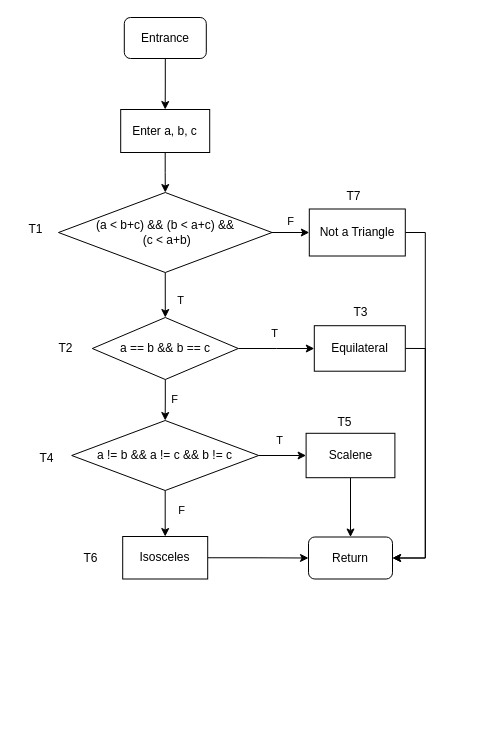
Above: page "语句及条件覆盖" (1 of 3) of data/software-testing.drawio in DjyBrandon/software-testing-experiment (draw.io), before the change. Source tidied: cells renumbered, new cells numbered last; positions are measured from the earlier drawing's top-left corner, leaving out a move shared by most shapes. Both pictures are drawn from the tidied source at 100%, with x=0, y=0 at pixel (19, 17).
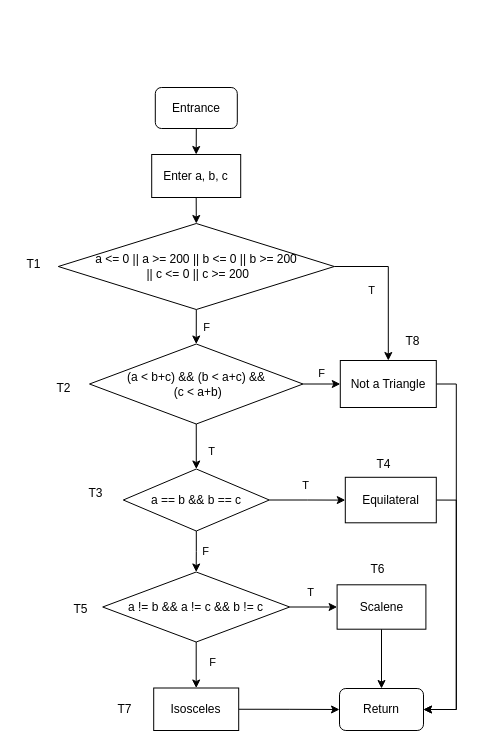
The same diagram, later.

Change to the diagram source:
```diff
@@
     <mxCell id="3" value="Entrance" style="rounded=1;whiteSpace=wrap;html=1;" parent="1" vertex="1">
-      <mxGeometry x="104.8" width="82" height="41" as="geometry" />
+      <mxGeometry x="135.8" y="70" width="82" height="41" as="geometry" />
     </mxCell>
-    <mxCell id="4" style="edgeStyle=orthogonalEdgeStyle;rounded=0;jettySize=auto;html=1;exitX=0.5;exitY=1;exitDx=0;exitDy=0;" parent="1" edge="1" source="5" target="8">
-      <mxGeometry relative="1" as="geometry" />
-    </mxCell>
+    <mxCell id="31" style="edgeStyle=orthogonalEdgeStyle;rounded=0;jettySize=auto;html=1;exitX=0.5;exitY=1;exitDx=0;exitDy=0;entryX=0.5;entryY=0;entryDx=0;entryDy=0;" parent="1" edge="1" source="5" target="34">
+      <mxGeometry relative="1" as="geometry" />
+    </mxCell>
     <mxCell id="5" value="Enter a, b, c" style="rounded=0;whiteSpace=wrap;html=1;" parent="1" vertex="1">
-      <mxGeometry x="101.2" y="92" width="89" height="43" as="geometry" />
+      <mxGeometry x="132.2" y="137" width="89" height="43" as="geometry" />
     </mxCell>
@@
     <mxCell id="8" value="(a &amp;lt; b+c) &amp;amp;&amp;amp; (b &amp;lt; a+c) &amp;amp;&amp;amp;&lt;br&gt;&amp;nbsp;(c &amp;lt; a+b)" style="rhombus;whiteSpace=wrap;html=1;" parent="1" vertex="1">
-      <mxGeometry x="39" y="175" width="213.5" height="80" as="geometry" />
+      <mxGeometry x="70" y="326.5" width="213.5" height="80" as="geometry" />
     </mxCell>
@@
     <mxCell id="10" value="Not a Triangle" style="rounded=0;whiteSpace=wrap;html=1;" parent="1" vertex="1">
-      <mxGeometry x="289.8" y="191.5" width="96" height="47" as="geometry" />
+      <mxGeometry x="320.8" y="343" width="96" height="47" as="geometry" />
     </mxCell>
@@
     <mxCell id="13" value="a == b &amp;amp;&amp;amp; b == c" style="rhombus;whiteSpace=wrap;html=1;" parent="1" vertex="1">
-      <mxGeometry x="72.8" y="300" width="146" height="62" as="geometry" />
+      <mxGeometry x="103.8" y="451.5" width="146" height="62" as="geometry" />
     </mxCell>
@@
     <mxCell id="16" value="a != b &amp;amp;&amp;amp; a != c &amp;amp;&amp;amp; b != c" style="rhombus;whiteSpace=wrap;html=1;" parent="1" vertex="1">
-      <mxGeometry x="52.2" y="403" width="187" height="70" as="geometry" />
+      <mxGeometry x="83.2" y="554.5" width="187" height="70" as="geometry" />
     </mxCell>
@@
     <mxCell id="18" value="Equilateral" style="rounded=0;whiteSpace=wrap;html=1;" parent="1" vertex="1">
-      <mxGeometry x="294.8" y="308.2" width="91" height="45.5" as="geometry" />
+      <mxGeometry x="325.8" y="459.8" width="91" height="45.5" as="geometry" />
     </mxCell>
@@
     <mxCell id="20" value="Scalene" style="rounded=0;whiteSpace=wrap;html=1;" parent="1" vertex="1">
-      <mxGeometry x="286.6" y="415.8" width="88.8" height="44.4" as="geometry" />
+      <mxGeometry x="317.6" y="567.3" width="88.8" height="44.4" as="geometry" />
     </mxCell>
@@
     <mxCell id="22" value="Isosceles" style="rounded=0;whiteSpace=wrap;html=1;" parent="1" vertex="1">
-      <mxGeometry x="103.2" y="519" width="85" height="42.5" as="geometry" />
+      <mxGeometry x="134.2" y="670.5" width="85" height="42.5" as="geometry" />
     </mxCell>
     <mxCell id="23" value="Return" style="rounded=1;whiteSpace=wrap;html=1;" parent="1" vertex="1">
-      <mxGeometry x="289" y="519.5" width="84" height="42" as="geometry" />
+      <mxGeometry x="320" y="671" width="84" height="42" as="geometry" />
     </mxCell>
     <mxCell id="24" value="T1" style="text;html=1;align=center;verticalAlign=middle;strokeColor=none;fillColor=none;" parent="1" vertex="1">
-      <mxGeometry y="199" width="32" height="26" as="geometry" />
+      <mxGeometry x="-2" y="234" width="32" height="26" as="geometry" />
     </mxCell>
     <mxCell id="25" value="T2" style="text;html=1;align=center;verticalAlign=middle;strokeColor=none;fillColor=none;" parent="1" vertex="1">
-      <mxGeometry x="30" y="318" width="32" height="26" as="geometry" />
+      <mxGeometry x="28" y="358" width="32" height="26" as="geometry" />
     </mxCell>
     <mxCell id="26" value="T3" style="text;html=1;align=center;verticalAlign=middle;strokeColor=none;fillColor=none;" parent="1" vertex="1">
-      <mxGeometry x="325.2" y="282.2" width="32" height="26" as="geometry" />
+      <mxGeometry x="60" y="463" width="32" height="26" as="geometry" />
     </mxCell>
     <mxCell id="27" value="T4" style="text;html=1;align=center;verticalAlign=middle;strokeColor=none;fillColor=none;" parent="1" vertex="1">
-      <mxGeometry x="11" y="428" width="32" height="26" as="geometry" />
+      <mxGeometry x="348" y="433.8" width="32" height="26" as="geometry" />
     </mxCell>
     <mxCell id="28" value="T5&lt;br&gt;" style="text;html=1;align=center;verticalAlign=middle;strokeColor=none;fillColor=none;" parent="1" vertex="1">
-      <mxGeometry x="309" y="392" width="32" height="26" as="geometry" />
+      <mxGeometry x="45" y="579" width="32" height="26" as="geometry" />
     </mxCell>
     <mxCell id="29" value="T7" style="text;html=1;align=center;verticalAlign=middle;strokeColor=none;fillColor=none;" parent="1" vertex="1">
-      <mxGeometry x="318.2" y="165.5" width="32" height="26" as="geometry" />
+      <mxGeometry x="89" y="679" width="32" height="26" as="geometry" />
     </mxCell>
     <mxCell id="30" value="T6&lt;br&gt;" style="text;html=1;align=center;verticalAlign=middle;strokeColor=none;fillColor=none;" parent="1" vertex="1">
-      <mxGeometry x="55" y="528" width="32" height="26" as="geometry" />
+      <mxGeometry x="342" y="539" width="32" height="26" as="geometry" />
     </mxCell>
+    <mxCell id="32" value="F" style="edgeStyle=orthogonalEdgeStyle;rounded=0;jettySize=auto;html=1;exitX=0.5;exitY=1;exitDx=0;exitDy=0;entryX=0.5;entryY=0;entryDx=0;entryDy=0;" parent="1" edge="1" source="34" target="8">
+      <mxGeometry x="0.04" y="10" relative="1" as="geometry" />
+    </mxCell>
+    <mxCell id="33" value="T" style="edgeStyle=orthogonalEdgeStyle;rounded=0;jettySize=auto;html=1;exitX=1;exitY=0.5;exitDx=0;exitDy=0;" parent="1" edge="1" source="34" target="10">
+      <mxGeometry x="0.05" y="-17" relative="1" as="geometry" />
+    </mxCell>
+    <mxCell id="34" value="a &amp;lt;= 0 || a &amp;gt;= 200 || b &amp;lt;= 0 || b &amp;gt;= 200&lt;br&gt;&amp;nbsp;|| c &amp;lt;= 0 || c &amp;gt;= 200" style="rhombus;whiteSpace=wrap;html=1;" parent="1" vertex="1">
+      <mxGeometry x="38.8" y="206" width="276" height="86" as="geometry" />
+    </mxCell>
+    <mxCell id="35" value="T8" style="text;html=1;align=center;verticalAlign=middle;strokeColor=none;fillColor=none;" parent="1" vertex="1">
+      <mxGeometry x="377" y="311" width="32" height="26" as="geometry" />
+    </mxCell>
```
